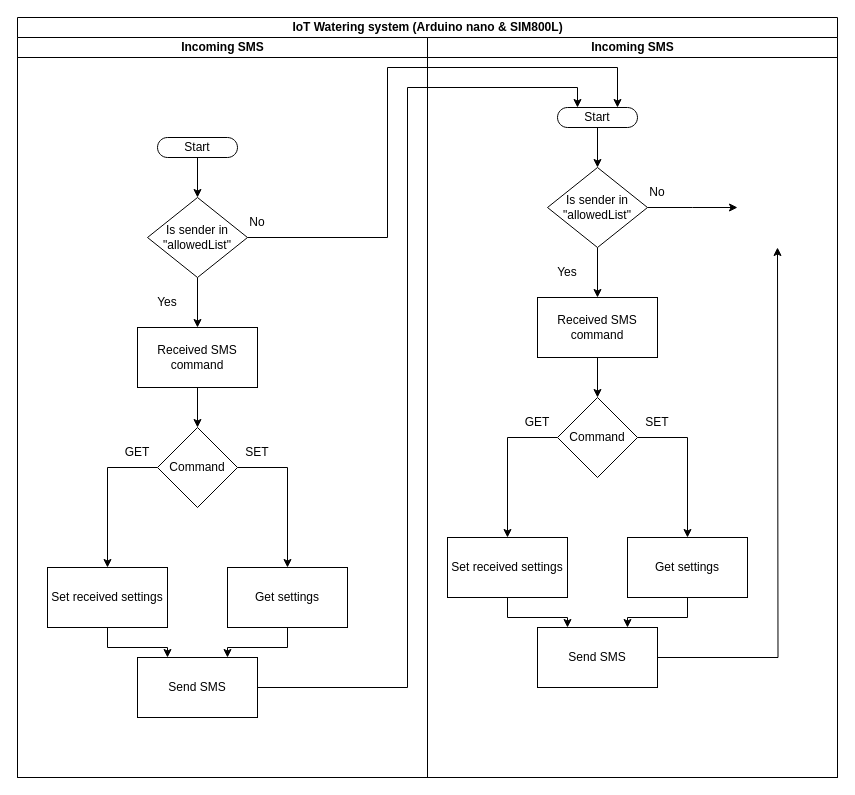
Earlier version of the draw.io diagram Flow.drawio (SylwekGr/IoTWaterSystem-ArduinoNano_And_SIM800L). Source tidied: cells renumbered, new cells numbered last; positions are measured from the earlier drawing's top-left corner, leaving out a move shared by most shapes. Both pictures are drawn from the tidied source at 100%, with x=0, y=0 at pixel (17, 17).
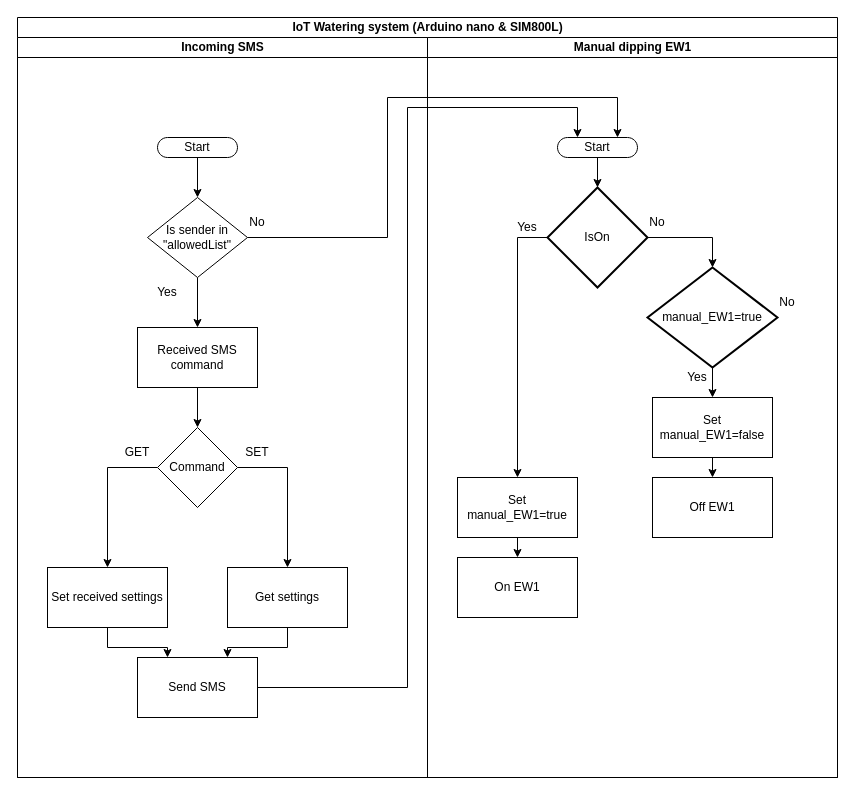
The same page after the edit.

Unchanged cells that the change refers to:
```xml
<mxCell id="2" value="IoT Watering system (Arduino nano &amp;amp; SIM800L)" style="swimlane;startSize=20;html=1;" parent="1" vertex="1">
  <mxGeometry width="820" height="760" as="geometry" />
</mxCell>
<mxCell id="3" value="Incoming SMS" style="swimlane;startSize=20;html=1;" parent="2" vertex="1">
  <mxGeometry y="20" width="410" height="740" as="geometry" />
</mxCell>
<mxCell id="7" value="Is sender in &quot;allowedList&quot;" style="rhombus;whiteSpace=wrap;html=1;" parent="3" vertex="1">
  <mxGeometry x="130" y="160" width="100" height="80" as="geometry" />
</mxCell>
<mxCell id="21" value="Send SMS" style="whiteSpace=wrap;html=1;" parent="3" vertex="1">
  <mxGeometry x="120" y="620" width="120" height="60" as="geometry" />
</mxCell>
```

What changed in the source:
```diff
@@
     <mxCell id="11" value="Yes" style="text;html=1;strokeColor=none;fillColor=none;align=center;verticalAlign=middle;whiteSpace=wrap;rounded=0;" parent="3" vertex="1">
-      <mxGeometry x="120" y="250" width="60" height="30" as="geometry" />
+      <mxGeometry x="120" y="240" width="60" height="30" as="geometry" />
     </mxCell>
@@
+    <mxCell id="43" style="edgeStyle=orthogonalEdgeStyle;rounded=0;jettySize=auto;html=1;entryX=0.75;entryY=0;entryDx=0;entryDy=0;entryPerimeter=0;" parent="2" edge="1" source="7" target="24">
+      <mxGeometry relative="1" as="geometry">
+        <Array as="points">
+          <mxPoint x="370" y="220" />
+          <mxPoint x="370" y="80" />
+          <mxPoint x="600" y="80" />
+        </Array>
+      </mxGeometry>
+    </mxCell>
+    <mxCell id="44" style="edgeStyle=orthogonalEdgeStyle;rounded=0;jettySize=auto;html=1;exitX=1;exitY=0.5;exitDx=0;exitDy=0;entryX=0.25;entryY=0;entryDx=0;entryDy=0;entryPerimeter=0;" parent="2" edge="1" source="21" target="24">
+      <mxGeometry relative="1" as="geometry">
+        <Array as="points">
+          <mxPoint x="390" y="670" />
+          <mxPoint x="390" y="90" />
+          <mxPoint x="560" y="90" />
+        </Array>
+      </mxGeometry>
+    </mxCell>
-    <mxCell id="22" value="Incoming SMS" style="swimlane;startSize=20;html=1;" parent="2" vertex="1">
+    <mxCell id="22" value="Manual dipping EW1" style="swimlane;startSize=20;html=1;" parent="2" vertex="1">
       <mxGeometry x="410" y="20" width="410" height="740" as="geometry" />
     </mxCell>
-    <mxCell id="23" style="edgeStyle=orthogonalEdgeStyle;rounded=0;jettySize=auto;html=1;exitX=0.5;exitY=0.5;exitDx=0;exitDy=10;exitPerimeter=0;entryX=0.5;entryY=0;entryDx=0;entryDy=0;" parent="22" edge="1" source="24" target="27">
+    <mxCell id="23" style="edgeStyle=orthogonalEdgeStyle;rounded=0;jettySize=auto;html=1;exitX=0.5;exitY=0.5;exitDx=0;exitDy=10;exitPerimeter=0;entryX=0.5;entryY=0;entryDx=0;entryDy=0;entryPerimeter=0;" parent="22" edge="1" source="24" target="47">
       <mxGeometry relative="1" as="geometry" />
     </mxCell>
     <mxCell id="24" value="Start" style="html=1;dashed=0;whiteSpace=wrap;shape=mxgraph.dfd.start;" parent="22" vertex="1">
-      <mxGeometry x="130" y="70" width="80" height="20" as="geometry" />
+      <mxGeometry x="130" y="100" width="80" height="20" as="geometry" />
     </mxCell>
-    <mxCell id="25" style="edgeStyle=orthogonalEdgeStyle;rounded=0;jettySize=auto;html=1;" parent="22" edge="1" source="27" target="29">
-      <mxGeometry relative="1" as="geometry" />
-    </mxCell>
-    <mxCell id="26" style="edgeStyle=orthogonalEdgeStyle;rounded=0;jettySize=auto;html=1;" parent="22" edge="1" source="27">
-      <mxGeometry relative="1" as="geometry">
-        <mxPoint x="310" y="170" as="targetPoint" />
-      </mxGeometry>
-    </mxCell>
-    <mxCell id="27" value="Is sender in &quot;allowedList&quot;" style="rhombus;whiteSpace=wrap;html=1;" parent="22" vertex="1">
-      <mxGeometry x="120" y="130" width="100" height="80" as="geometry" />
-    </mxCell>
-    <mxCell id="28" style="edgeStyle=orthogonalEdgeStyle;rounded=0;jettySize=auto;html=1;" parent="22" edge="1" source="29" target="34">
-      <mxGeometry relative="1" as="geometry" />
-    </mxCell>
-    <mxCell id="29" value="Received SMS command" style="whiteSpace=wrap;html=1;" parent="22" vertex="1">
-      <mxGeometry x="110" y="260" width="120" height="60" as="geometry" />
-    </mxCell>
-    <mxCell id="30" value="No" style="text;html=1;strokeColor=none;fillColor=none;align=center;verticalAlign=middle;whiteSpace=wrap;rounded=0;" parent="22" vertex="1">
-      <mxGeometry x="200" y="140" width="60" height="30" as="geometry" />
-    </mxCell>
-    <mxCell id="31" value="Yes" style="text;html=1;strokeColor=none;fillColor=none;align=center;verticalAlign=middle;whiteSpace=wrap;rounded=0;" parent="22" vertex="1">
-      <mxGeometry x="110" y="220" width="60" height="30" as="geometry" />
-    </mxCell>
-    <mxCell id="32" style="edgeStyle=orthogonalEdgeStyle;rounded=0;jettySize=auto;html=1;exitX=0;exitY=0.5;exitDx=0;exitDy=0;" parent="22" edge="1" source="34" target="36">
-      <mxGeometry relative="1" as="geometry" />
-    </mxCell>
-    <mxCell id="33" style="edgeStyle=orthogonalEdgeStyle;rounded=0;jettySize=auto;html=1;exitX=1;exitY=0.5;exitDx=0;exitDy=0;entryX=0.5;entryY=0;entryDx=0;entryDy=0;" parent="22" edge="1" source="34" target="38">
-      <mxGeometry relative="1" as="geometry" />
-    </mxCell>
-    <mxCell id="34" value="Command" style="rhombus;whiteSpace=wrap;html=1;" parent="22" vertex="1">
-      <mxGeometry x="130" y="360" width="80" height="80" as="geometry" />
-    </mxCell>
-    <mxCell id="35" style="edgeStyle=orthogonalEdgeStyle;rounded=0;jettySize=auto;html=1;entryX=0.25;entryY=0;entryDx=0;entryDy=0;" parent="22" edge="1" source="36" target="42">
-      <mxGeometry relative="1" as="geometry" />
-    </mxCell>
-    <mxCell id="36" value="Set received settings" style="whiteSpace=wrap;html=1;" parent="22" vertex="1">
-      <mxGeometry x="20" y="500" width="120" height="60" as="geometry" />
-    </mxCell>
-    <mxCell id="37" style="edgeStyle=orthogonalEdgeStyle;rounded=0;jettySize=auto;html=1;exitX=0.5;exitY=1;exitDx=0;exitDy=0;entryX=0.75;entryY=0;entryDx=0;entryDy=0;" parent="22" edge="1" source="38" target="42">
-      <mxGeometry relative="1" as="geometry" />
-    </mxCell>
-    <mxCell id="38" value="Get settings" style="whiteSpace=wrap;html=1;" parent="22" vertex="1">
-      <mxGeometry x="200" y="500" width="120" height="60" as="geometry" />
-    </mxCell>
-    <mxCell id="39" value="GET" style="text;html=1;strokeColor=none;fillColor=none;align=center;verticalAlign=middle;whiteSpace=wrap;rounded=0;" parent="22" vertex="1">
-      <mxGeometry x="80" y="370" width="60" height="30" as="geometry" />
-    </mxCell>
-    <mxCell id="40" value="SET" style="text;html=1;strokeColor=none;fillColor=none;align=center;verticalAlign=middle;whiteSpace=wrap;rounded=0;" parent="22" vertex="1">
-      <mxGeometry x="200" y="370" width="60" height="30" as="geometry" />
-    </mxCell>
-    <mxCell id="41" style="edgeStyle=orthogonalEdgeStyle;rounded=0;jettySize=auto;html=1;exitX=1;exitY=0.5;exitDx=0;exitDy=0;entryX=0.5;entryY=1;entryDx=0;entryDy=0;" parent="22" edge="1" source="42">
-      <mxGeometry relative="1" as="geometry">
-        <mxPoint x="350" y="210" as="targetPoint" />
-      </mxGeometry>
-    </mxCell>
-    <mxCell id="42" value="Send SMS" style="whiteSpace=wrap;html=1;" parent="22" vertex="1">
-      <mxGeometry x="110" y="590" width="120" height="60" as="geometry" />
-    </mxCell>
-    <mxCell id="43" style="edgeStyle=orthogonalEdgeStyle;rounded=0;jettySize=auto;html=1;entryX=0.75;entryY=0;entryDx=0;entryDy=0;entryPerimeter=0;" parent="2" edge="1" source="7" target="24">
-      <mxGeometry relative="1" as="geometry">
-        <Array as="points">
-          <mxPoint x="370" y="220" />
-          <mxPoint x="370" y="50" />
-          <mxPoint x="600" y="50" />
-        </Array>
-      </mxGeometry>
-    </mxCell>
-    <mxCell id="44" style="edgeStyle=orthogonalEdgeStyle;rounded=0;jettySize=auto;html=1;exitX=1;exitY=0.5;exitDx=0;exitDy=0;entryX=0.25;entryY=0;entryDx=0;entryDy=0;entryPerimeter=0;" parent="2" edge="1" source="21" target="24">
-      <mxGeometry relative="1" as="geometry">
-        <Array as="points">
-          <mxPoint x="390" y="670" />
-          <mxPoint x="390" y="70" />
-          <mxPoint x="560" y="70" />
-        </Array>
-      </mxGeometry>
-    </mxCell>
+    <mxCell id="45" style="edgeStyle=orthogonalEdgeStyle;rounded=0;jettySize=auto;html=1;exitX=1;exitY=0.5;exitDx=0;exitDy=0;exitPerimeter=0;entryX=0.5;entryY=0;entryDx=0;entryDy=0;entryPerimeter=0;" parent="22" edge="1" source="47" target="51">
+      <mxGeometry relative="1" as="geometry" />
+    </mxCell>
+    <mxCell id="46" style="edgeStyle=orthogonalEdgeStyle;rounded=0;jettySize=auto;html=1;exitX=0;exitY=0.5;exitDx=0;exitDy=0;exitPerimeter=0;" parent="22" edge="1" source="47" target="57">
+      <mxGeometry relative="1" as="geometry" />
+    </mxCell>
+    <mxCell id="47" value="IsOn" style="strokeWidth=2;html=1;shape=mxgraph.flowchart.decision;whiteSpace=wrap;" parent="22" vertex="1">
+      <mxGeometry x="120" y="150" width="100" height="100" as="geometry" />
+    </mxCell>
+    <mxCell id="48" value="No" style="text;html=1;strokeColor=none;fillColor=none;align=center;verticalAlign=middle;whiteSpace=wrap;rounded=0;" parent="22" vertex="1">
+      <mxGeometry x="220" y="170" width="20" height="30" as="geometry" />
+    </mxCell>
+    <mxCell id="49" value="Yes" style="text;html=1;strokeColor=none;fillColor=none;align=center;verticalAlign=middle;whiteSpace=wrap;rounded=0;" parent="22" vertex="1">
+      <mxGeometry x="90" y="180" width="20" height="20" as="geometry" />
+    </mxCell>
+    <mxCell id="50" style="edgeStyle=orthogonalEdgeStyle;rounded=0;jettySize=auto;html=1;exitX=0.5;exitY=1;exitDx=0;exitDy=0;exitPerimeter=0;entryX=0.5;entryY=0;entryDx=0;entryDy=0;" parent="22" edge="1" source="51" target="54">
+      <mxGeometry relative="1" as="geometry" />
+    </mxCell>
+    <mxCell id="51" value="&lt;div style=&quot;font-size: 12px;&quot;&gt;manual_EW1=true&lt;br style=&quot;font-size: 12px;&quot;&gt;&lt;/div&gt;" style="strokeWidth=2;html=1;shape=mxgraph.flowchart.decision;whiteSpace=wrap;fontSize=12;" parent="22" vertex="1">
+      <mxGeometry x="220" y="230" width="130" height="100" as="geometry" />
+    </mxCell>
+    <mxCell id="52" value="No" style="text;html=1;strokeColor=none;fillColor=none;align=center;verticalAlign=middle;whiteSpace=wrap;rounded=0;" parent="22" vertex="1">
+      <mxGeometry x="350" y="250" width="20" height="30" as="geometry" />
+    </mxCell>
+    <mxCell id="53" style="edgeStyle=orthogonalEdgeStyle;rounded=0;jettySize=auto;html=1;exitX=0.5;exitY=1;exitDx=0;exitDy=0;entryX=0.5;entryY=0;entryDx=0;entryDy=0;" parent="22" edge="1" source="54" target="59">
+      <mxGeometry relative="1" as="geometry" />
+    </mxCell>
+    <mxCell id="54" value="Set manual_EW1=false" style="whiteSpace=wrap;html=1;" parent="22" vertex="1">
+      <mxGeometry x="225" y="360" width="120" height="60" as="geometry" />
+    </mxCell>
+    <mxCell id="55" value="Yes" style="text;html=1;strokeColor=none;fillColor=none;align=center;verticalAlign=middle;whiteSpace=wrap;rounded=0;" parent="22" vertex="1">
+      <mxGeometry x="260" y="330" width="20" height="20" as="geometry" />
+    </mxCell>
+    <mxCell id="56" style="edgeStyle=orthogonalEdgeStyle;rounded=0;jettySize=auto;html=1;exitX=0.5;exitY=1;exitDx=0;exitDy=0;entryX=0.5;entryY=0;entryDx=0;entryDy=0;" parent="22" edge="1" source="57" target="58">
+      <mxGeometry relative="1" as="geometry" />
+    </mxCell>
+    <mxCell id="57" value="Set manual_EW1=true" style="whiteSpace=wrap;html=1;" parent="22" vertex="1">
+      <mxGeometry x="30" y="440" width="120" height="60" as="geometry" />
+    </mxCell>
+    <mxCell id="58" value="On EW1" style="whiteSpace=wrap;html=1;" parent="22" vertex="1">
+      <mxGeometry x="30" y="520" width="120" height="60" as="geometry" />
+    </mxCell>
+    <mxCell id="59" value="Off EW1" style="whiteSpace=wrap;html=1;" parent="22" vertex="1">
+      <mxGeometry x="225" y="440" width="120" height="60" as="geometry" />
+    </mxCell>
```
